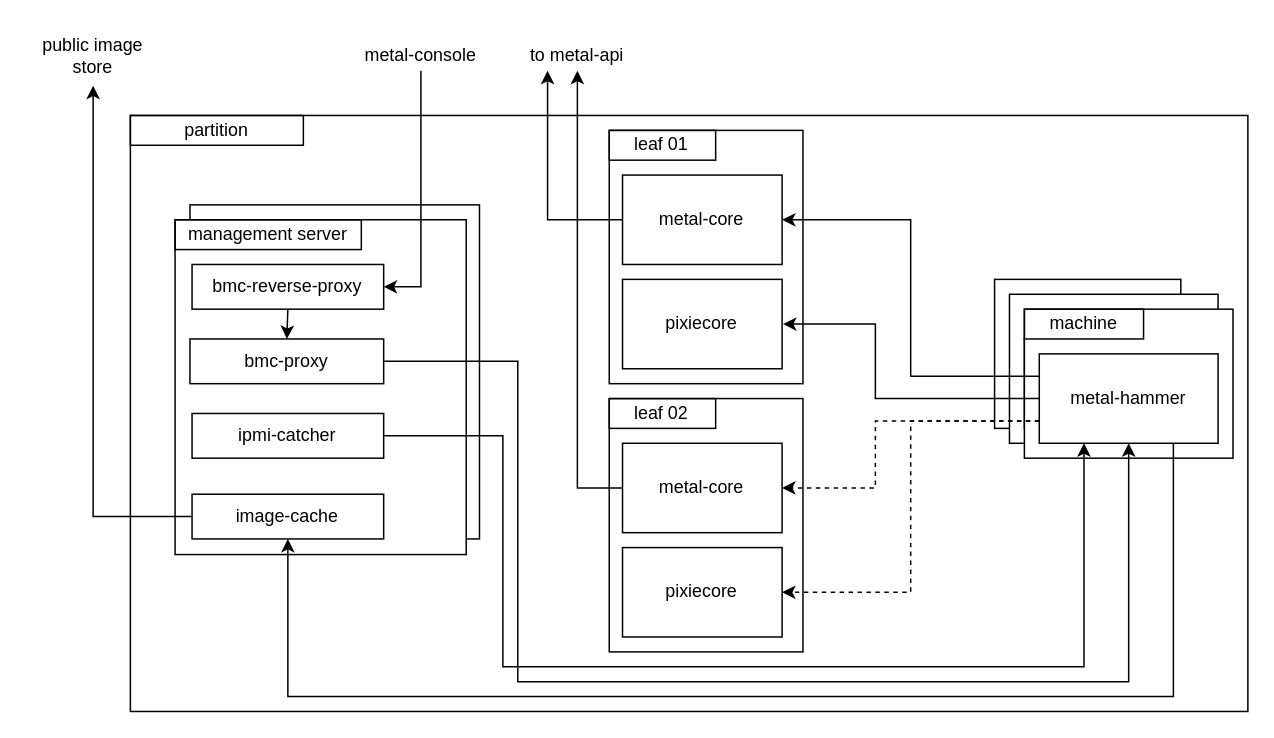
metal-stack/docs keeps this draw.io diagram as page "partition" (2 of 4) of docs/src/overview/architecture.drawio. Above is the earlier version. Source tidied: cells renumbered, new cells numbered last; positions are measured from the earlier drawing's top-left corner, leaving out a move shared by most shapes. Both pictures are drawn from the tidied source at 149%, with x=0, y=0 at pixel (25, 25).
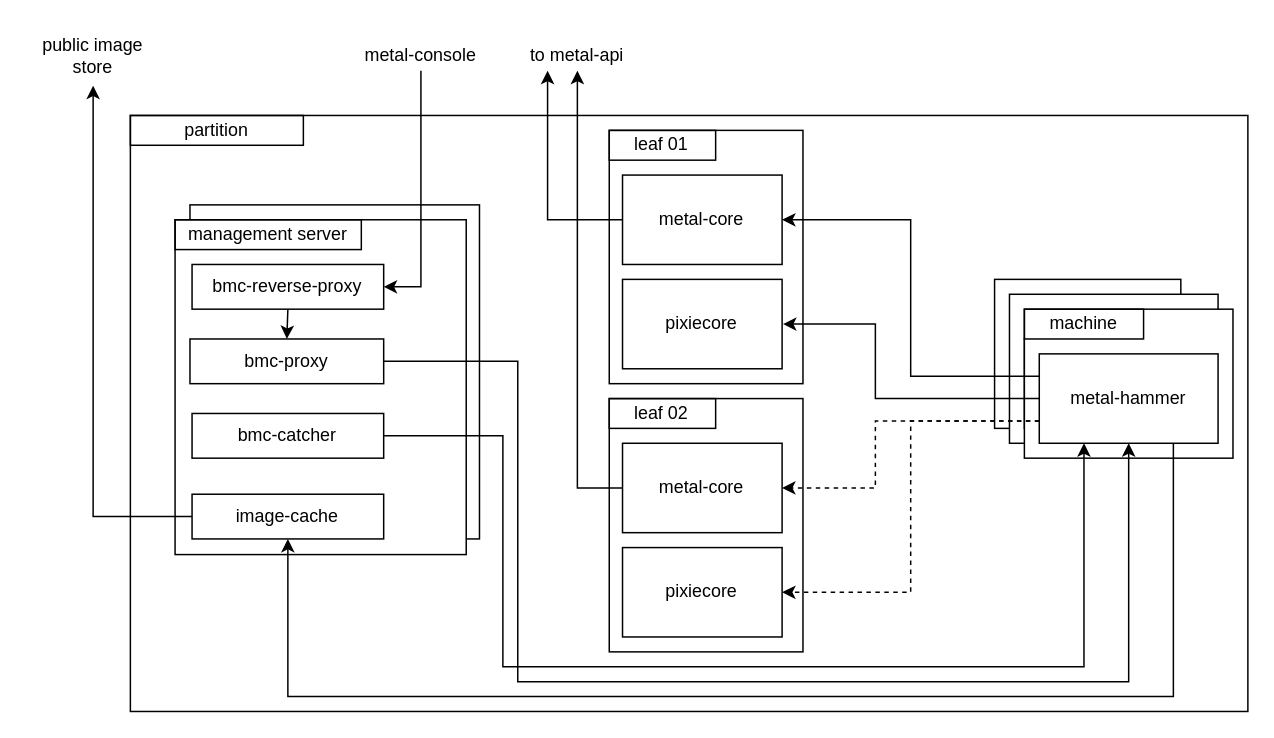
After the change.

Commit message (it also covers changes not shown here):
ipmi-catcher -> bmc-catcher (#14)

Unchanged cells that the change refers to:
```xml
<mxCell id="2" style="group;" parent="1" vertex="1">
  <mxGeometry x="70" y="60" width="750" height="400" as="geometry" />
</mxCell>
```

What changed in the source:
```diff
@@
-    <mxCell id="11" value="ipmi-catcher" style="rounded=0;whiteSpace=wrap;html=1;strokeColor=#000000;" parent="2" vertex="1">
+    <mxCell id="11" value="bmc-catcher" style="rounded=0;whiteSpace=wrap;html=1;strokeColor=#000000;" parent="2" vertex="1">
       <mxGeometry x="41.4" y="200" width="128.6" height="30" as="geometry" />
     </mxCell>
```
